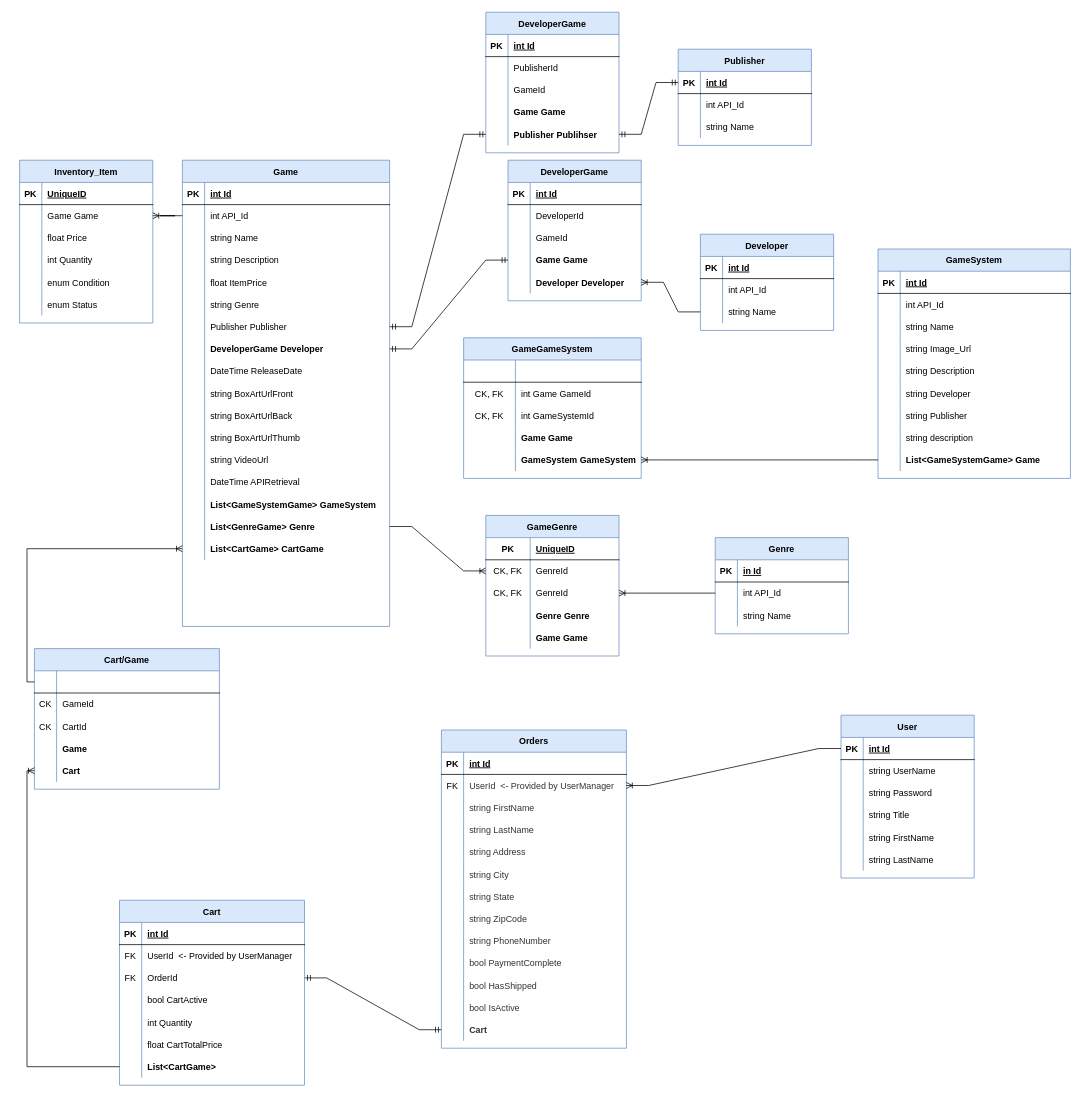
Before: EcommerceApp/Assets/InventoryERD.drawio in 4a50/Ecomm-Site-RetroGame, a draw.io diagram. Source tidied: cells renumbered, new cells numbered last; positions are measured from the earlier drawing's top-left corner, leaving out a move shared by most shapes. Both pictures are drawn from the tidied source at 74%, with x=0, y=0 at pixel (19, 12).
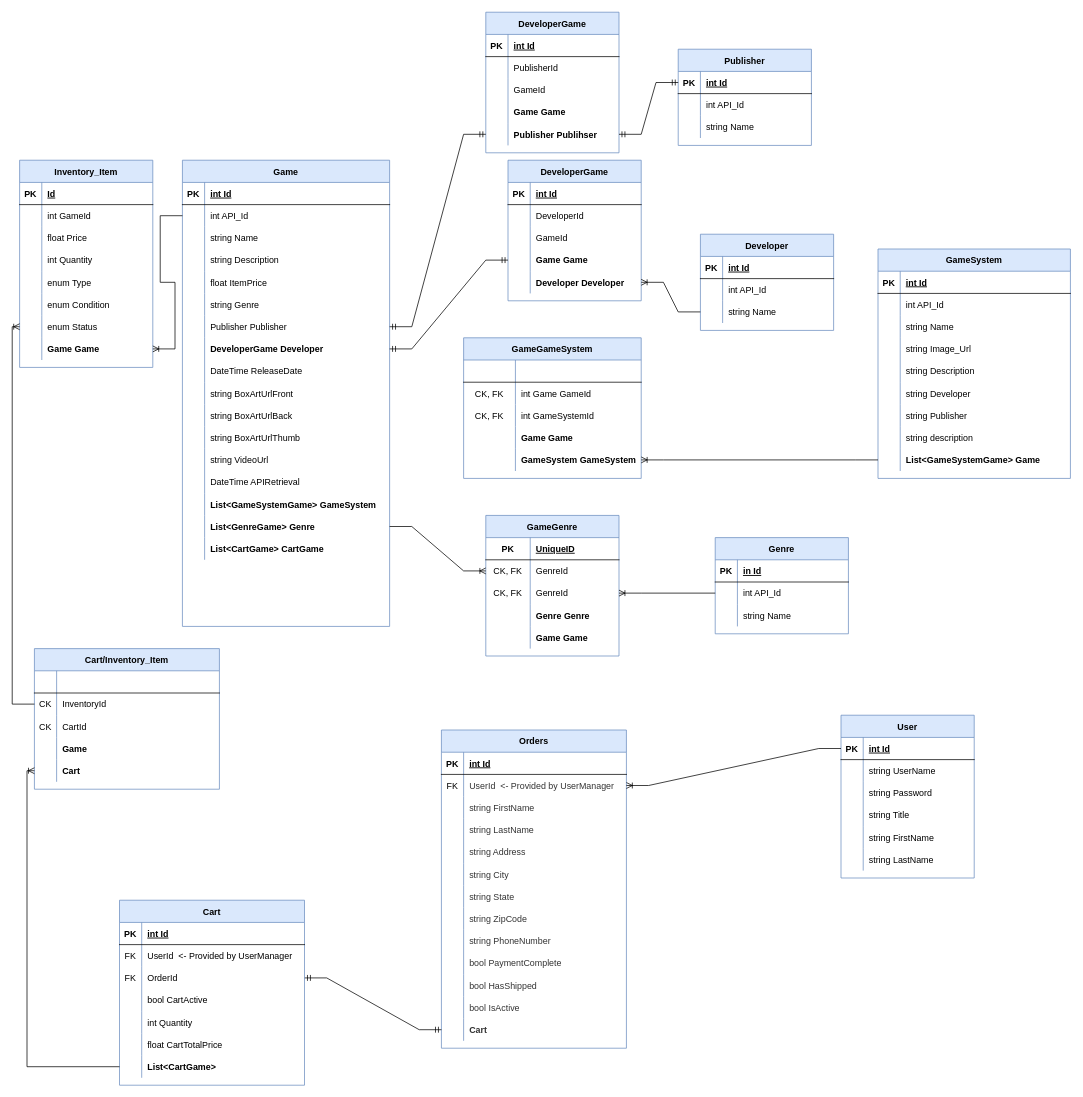
Above is the later version.

The change refers to these unchanged cells:
```xml
<mxCell id="51" style="shape=partialRectangle;fillColor=none;points=[[0,0.5],[1,0.5]];portConstraint=eastwest;top=0;left=0;right=0;bottom=0;" parent="2" vertex="1">
  <mxGeometry y="510" width="280" height="30" as="geometry" />
</mxCell>
<mxCell id="113" style="shape=partialRectangle;fillColor=none;top=0;left=0;bottom=1;right=0;" parent="112" vertex="1">
  <mxGeometry y="30" width="180" height="30" as="geometry" />
</mxCell>
<mxCell id="266" style="shape=partialRectangle;fillColor=none;points=[[0,0.5],[1,0.5]];portConstraint=eastwest;top=0;left=0;right=0;bottom=1;" parent="265" vertex="1">
  <mxGeometry y="30" width="250" height="30" as="geometry" />
</mxCell>
<mxCell id="269" style="shape=partialRectangle;fillColor=none;points=[[0,0.5],[1,0.5]];portConstraint=eastwest;top=0;left=0;right=0;bottom=0;" parent="265" vertex="1">
  <mxGeometry y="60" width="250" height="30" as="geometry" />
</mxCell>
```

Diff of the diagram source:
```diff
@@
     <mxCell id="112" value="Inventory_Item" style="shape=table;startSize=30;childLayout=tableLayout;rowLines=0;fontStyle=1;align=center;fillColor=#dae8fc;strokeColor=#6c8ebf;" parent="1" vertex="1">
-      <mxGeometry y="200" width="180" height="220" as="geometry" />
+      <mxGeometry y="200" width="180" height="280" as="geometry" />
     </mxCell>
@@
-    <mxCell id="115" value="UniqueID" style="shape=partialRectangle;fillColor=none;top=0;left=0;bottom=0;right=0;align=left;spacingLeft=6;fontStyle=5;overflow=hidden;" parent="113" vertex="1">
+    <mxCell id="115" value="Id" style="shape=partialRectangle;fillColor=none;top=0;left=0;bottom=0;right=0;align=left;spacingLeft=6;fontStyle=5;overflow=hidden;" parent="113" vertex="1">
       <mxGeometry x="30" width="150" height="30" as="geometry" />
     </mxCell>
-    <mxCell id="116" style="shape=partialRectangle;fillColor=none;top=0;left=0;bottom=0;right=0;points=[[0,0.5],[1,0.5]];portConstraint=eastwest;" parent="112" vertex="1">
-      <mxGeometry y="60" width="180" height="30" as="geometry" />
-    </mxCell>
-    <mxCell id="117" style="shape=partialRectangle;fillColor=none;top=0;left=0;bottom=0;right=0;overflow=hidden;" parent="116" vertex="1">
-      <mxGeometry width="30" height="30" as="geometry" />
-    </mxCell>
-    <mxCell id="118" value="Game Game" style="shape=partialRectangle;fillColor=none;top=0;left=0;bottom=0;right=0;align=left;spacingLeft=6;overflow=hidden;" parent="116" vertex="1">
-      <mxGeometry x="30" width="150" height="30" as="geometry" />
-    </mxCell>
+    <mxCell id="304" style="shape=partialRectangle;fillColor=none;top=0;left=0;bottom=0;right=0;" parent="112" vertex="1">
+      <mxGeometry y="60" width="180" height="30" as="geometry" />
+    </mxCell>
+    <mxCell id="305" style="shape=partialRectangle;fillColor=none;top=0;left=0;bottom=0;right=0;overflow=hidden;" parent="304" vertex="1">
+      <mxGeometry width="30" height="30" as="geometry" />
+    </mxCell>
+    <mxCell id="306" value="int GameId" style="shape=partialRectangle;fillColor=none;top=0;left=0;bottom=0;right=0;align=left;spacingLeft=6;overflow=hidden;" parent="304" vertex="1">
+      <mxGeometry x="30" width="150" height="30" as="geometry" />
+    </mxCell>
@@
+    <mxCell id="307" style="shape=partialRectangle;fillColor=none;top=0;left=0;bottom=0;right=0;" parent="112" vertex="1">
+      <mxGeometry y="150" width="180" height="30" as="geometry" />
+    </mxCell>
+    <mxCell id="308" style="shape=partialRectangle;fillColor=none;top=0;left=0;bottom=0;right=0;overflow=hidden;" parent="307" vertex="1">
+      <mxGeometry width="30" height="30" as="geometry" />
+    </mxCell>
+    <mxCell id="309" value="enum Type" style="shape=partialRectangle;fillColor=none;top=0;left=0;bottom=0;right=0;align=left;spacingLeft=6;overflow=hidden;" parent="307" vertex="1">
+      <mxGeometry x="30" width="150" height="30" as="geometry" />
+    </mxCell>
     <mxCell id="125" style="shape=partialRectangle;fillColor=none;top=0;left=0;right=0;bottom=0;" parent="112" vertex="1">
-      <mxGeometry y="150" width="180" height="30" as="geometry" />
+      <mxGeometry y="180" width="180" height="30" as="geometry" />
     </mxCell>
@@
     <mxCell id="128" style="shape=partialRectangle;fillColor=none;points=[[0,0.5],[1,0.5]];portConstraint=eastwest;top=0;left=0;right=0;bottom=0;" parent="112" vertex="1">
-      <mxGeometry y="180" width="180" height="30" as="geometry" />
+      <mxGeometry y="210" width="180" height="30" as="geometry" />
     </mxCell>
@@
+    <mxCell id="116" style="shape=partialRectangle;fillColor=none;top=0;left=0;bottom=0;right=0;points=[[0,0.5],[1,0.5]];portConstraint=eastwest;" parent="112" vertex="1">
+      <mxGeometry y="240" width="180" height="30" as="geometry" />
+    </mxCell>
+    <mxCell id="117" style="shape=partialRectangle;fillColor=none;top=0;left=0;bottom=0;right=0;overflow=hidden;" parent="116" vertex="1">
+      <mxGeometry width="30" height="30" as="geometry" />
+    </mxCell>
+    <mxCell id="118" value="Game Game" style="shape=partialRectangle;fillColor=none;top=0;left=0;bottom=0;right=0;align=left;spacingLeft=6;overflow=hidden;fontStyle=1;" parent="116" vertex="1">
+      <mxGeometry x="30" width="150" height="30" as="geometry" />
+    </mxCell>
@@
-    <mxCell id="265" value="Cart/Game" style="shape=table;startSize=30;childLayout=tableLayout;rowLines=0;fontStyle=1;align=center;fillColor=#dae8fc;strokeColor=#6c8ebf;" parent="1" vertex="1">
+    <mxCell id="265" value="Cart/Inventory_Item" style="shape=table;startSize=30;childLayout=tableLayout;rowLines=0;fontStyle=1;align=center;fillColor=#dae8fc;strokeColor=#6c8ebf;" parent="1" vertex="1">
       <mxGeometry x="20" y="860" width="250" height="190" as="geometry" />
     </mxCell>
@@
-    <mxCell id="271" value="GameId" style="shape=partialRectangle;overflow=hidden;fillColor=none;top=0;left=0;bottom=0;right=0;align=left;spacingLeft=6;" parent="269" vertex="1">
+    <mxCell id="271" value="InventoryId" style="shape=partialRectangle;overflow=hidden;fillColor=none;top=0;left=0;bottom=0;right=0;align=left;spacingLeft=6;" parent="269" vertex="1">
       <mxGeometry x="30" width="220" height="30" as="geometry" />
     </mxCell>
@@
-    <mxCell id="282" style="edgeStyle=orthogonalEdgeStyle;fontSize=12;html=1;endArrow=ERoneToMany;rounded=0;entryX=0;entryY=0.5;entryDx=0;entryDy=0;exitX=0;exitY=0.5;exitDx=0;exitDy=0;" parent="1" edge="1" source="266" target="51">
+    <mxCell id="282" style="edgeStyle=orthogonalEdgeStyle;fontSize=12;html=1;endArrow=ERoneToMany;rounded=0;entryX=0;entryY=0.5;entryDx=0;entryDy=0;exitX=0;exitY=0.5;exitDx=0;exitDy=0;" parent="1" edge="1" source="269" target="128">
       <mxGeometry relative="1" as="geometry" />
     </mxCell>
```
